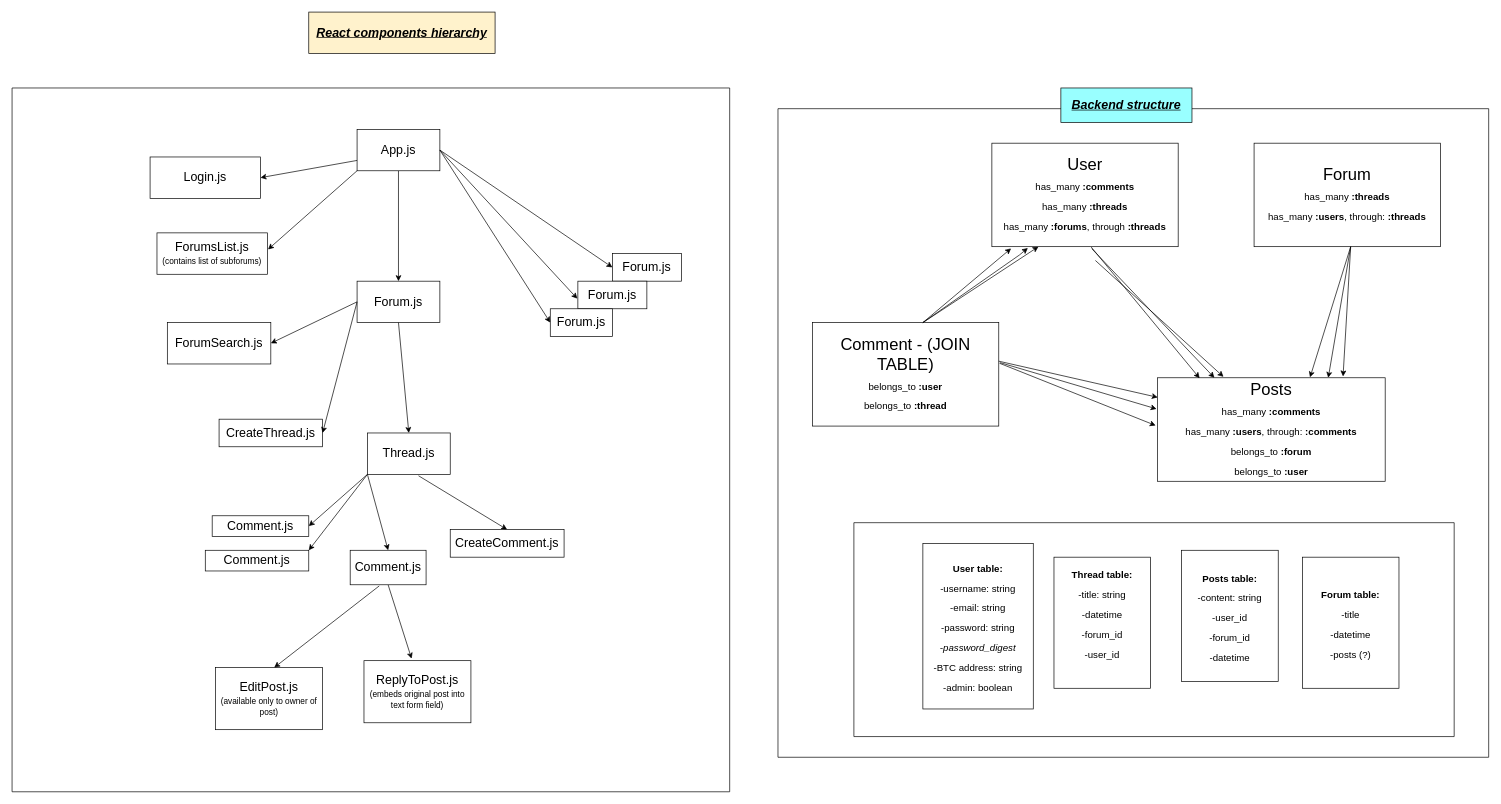
This is flowcharts.drawio from babux1/CryptoDev, a draw.io file, before an edit. Source tidied: cells renumbered, new cells numbered last; positions are measured from the earlier drawing's top-left corner, leaving out a move shared by most shapes. Both pictures are drawn from the tidied source at 69%, with x=0, y=0 at pixel (12, 12).
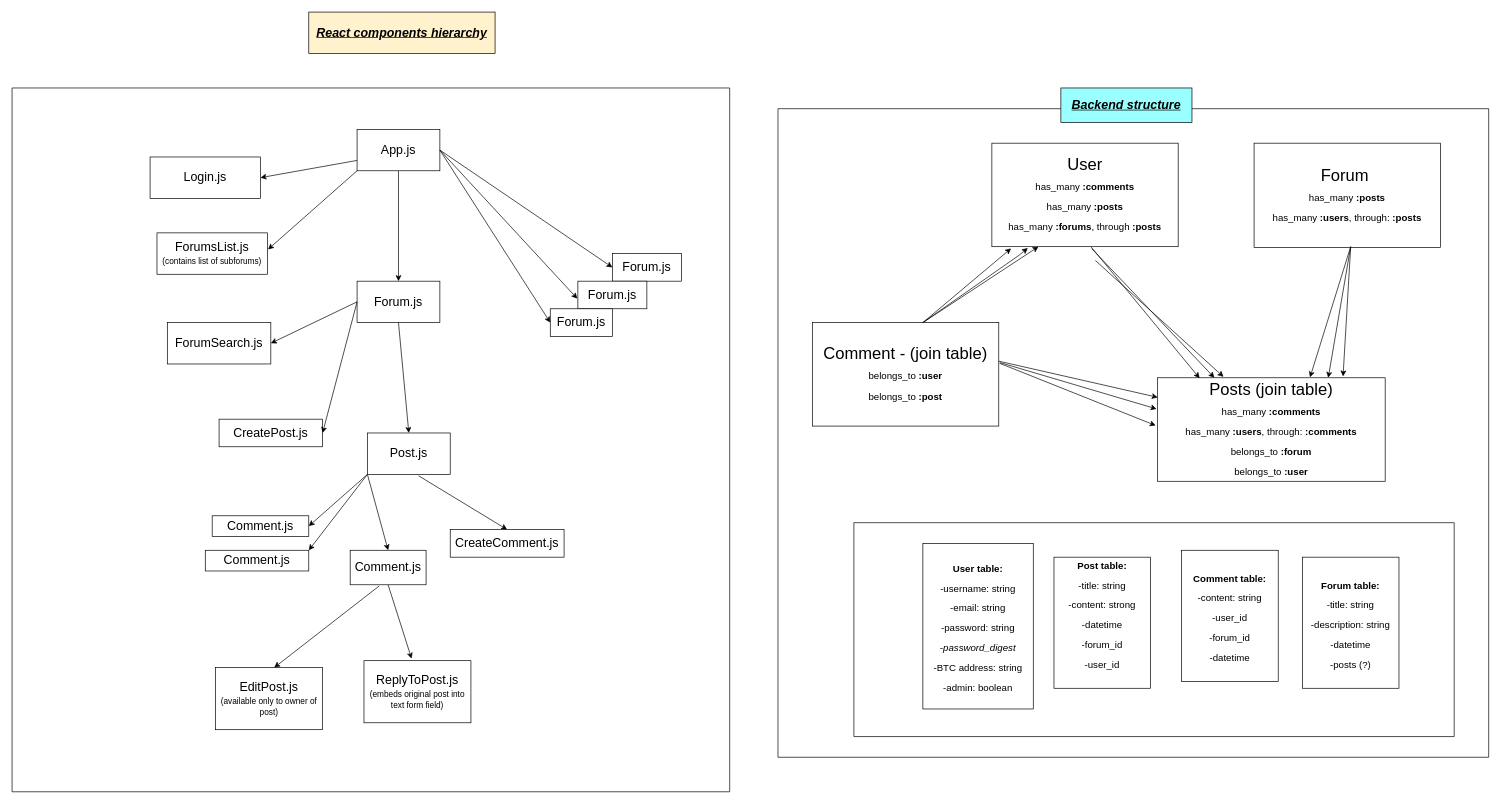
The same page after the edit.

The change refers to these unchanged cells:
```xml
<mxCell id="19" style="swimlane;startSize=0;fontSize=14;" parent="1" vertex="1">
  <mxGeometry x="1110" y="140" width="1030" height="940" as="geometry" />
</mxCell>
```

Change to the diagram source:
```diff
@@
-    <mxCell id="2" value="&lt;font&gt;Posts&lt;br style=&quot;font-size: 12px&quot;&gt;&lt;span style=&quot;font-size: 14px&quot;&gt;has_many&amp;nbsp;&lt;/span&gt;&lt;b style=&quot;font-size: 14px&quot;&gt;:comments&lt;br&gt;&lt;/b&gt;&lt;span style=&quot;font-size: 14px&quot;&gt;has_many&amp;nbsp;&lt;/span&gt;&lt;b style=&quot;font-size: 14px&quot;&gt;:users&lt;/b&gt;&lt;span style=&quot;font-size: 14px&quot;&gt;, through:&amp;nbsp;&lt;b&gt;:comments&lt;br&gt;&lt;/b&gt;&lt;/span&gt;&lt;span style=&quot;font-size: 14px&quot;&gt;belongs_to&amp;nbsp;&lt;b&gt;:forum&lt;br&gt;&lt;/b&gt;belongs_to&amp;nbsp;&lt;b&gt;:user&lt;/b&gt;&lt;/span&gt;&lt;/font&gt;&lt;font style=&quot;font-size: 14px&quot;&gt;&lt;b&gt;&lt;br&gt;&lt;/b&gt;&lt;/font&gt;" style="rounded=0;whiteSpace=wrap;html=1;fontSize=24;align=center;" parent="1" vertex="1">
+    <mxCell id="2" value="&lt;font&gt;Posts (join table)&lt;br style=&quot;font-size: 12px&quot;&gt;&lt;span style=&quot;font-size: 14px&quot;&gt;has_many&amp;nbsp;&lt;/span&gt;&lt;b style=&quot;font-size: 14px&quot;&gt;:comments&lt;br&gt;&lt;/b&gt;&lt;span style=&quot;font-size: 14px&quot;&gt;has_many&amp;nbsp;&lt;/span&gt;&lt;b style=&quot;font-size: 14px&quot;&gt;:users&lt;/b&gt;&lt;span style=&quot;font-size: 14px&quot;&gt;, through:&amp;nbsp;&lt;b&gt;:comments&lt;br&gt;&lt;/b&gt;&lt;/span&gt;&lt;span style=&quot;font-size: 14px&quot;&gt;belongs_to&amp;nbsp;&lt;b&gt;:forum&lt;br&gt;&lt;/b&gt;belongs_to&amp;nbsp;&lt;b&gt;:user&lt;/b&gt;&lt;/span&gt;&lt;/font&gt;&lt;font style=&quot;font-size: 14px&quot;&gt;&lt;b&gt;&lt;br&gt;&lt;/b&gt;&lt;/font&gt;" style="rounded=0;whiteSpace=wrap;html=1;fontSize=24;align=center;" parent="1" vertex="1">
       <mxGeometry x="1660" y="530" width="330" height="150" as="geometry" />
     </mxCell>
-    <mxCell id="3" value="&lt;font&gt;Forum&lt;/font&gt;&lt;br style=&quot;font-size: 12px&quot;&gt;&lt;span style=&quot;font-size: 14px&quot;&gt;has_many&amp;nbsp;&lt;/span&gt;&lt;b style=&quot;font-size: 14px&quot;&gt;:threads&lt;br&gt;&lt;/b&gt;&lt;span style=&quot;font-size: 14px&quot;&gt;has_many&amp;nbsp;&lt;/span&gt;&lt;b style=&quot;font-size: 14px&quot;&gt;:users&lt;/b&gt;&lt;span style=&quot;font-size: 14px&quot;&gt;, through: &lt;b&gt;:threads&lt;/b&gt;&lt;/span&gt;&lt;span style=&quot;font-size: 14px&quot;&gt;&lt;br&gt;&lt;/span&gt;" style="rounded=0;whiteSpace=wrap;html=1;fontSize=24;align=center;" parent="1" vertex="1">
-      <mxGeometry x="1800" y="190" width="270" height="150" as="geometry" />
+    <mxCell id="3" value="&lt;font&gt;Forum&amp;nbsp;&lt;/font&gt;&lt;br style=&quot;font-size: 12px&quot;&gt;&lt;span style=&quot;font-size: 14px&quot;&gt;has_many&amp;nbsp;&lt;/span&gt;&lt;b style=&quot;font-size: 14px&quot;&gt;:posts&lt;br&gt;&lt;/b&gt;&lt;span style=&quot;font-size: 14px&quot;&gt;has_many&amp;nbsp;&lt;/span&gt;&lt;b style=&quot;font-size: 14px&quot;&gt;:users&lt;/b&gt;&lt;span style=&quot;font-size: 14px&quot;&gt;, through: &lt;b&gt;:posts&lt;/b&gt;&lt;/span&gt;&lt;span style=&quot;font-size: 14px&quot;&gt;&lt;br&gt;&lt;/span&gt;" style="rounded=0;whiteSpace=wrap;html=1;fontSize=24;align=center;" parent="1" vertex="1">
+      <mxGeometry x="1800" y="190" width="270" height="151" as="geometry" />
     </mxCell>
@@
-    <mxCell id="11" value="Comment - (JOIN TABLE)&lt;br style=&quot;font-size: 12px&quot;&gt;&lt;font style=&quot;font-size: 14px&quot;&gt;belongs_to&amp;nbsp;&lt;b&gt;:user&lt;br&gt;&lt;/b&gt;belongs_to&amp;nbsp;&lt;b&gt;:thread&lt;/b&gt;&lt;/font&gt;&lt;span style=&quot;font-size: 14px&quot;&gt;&lt;br&gt;&lt;/span&gt;" style="rounded=0;whiteSpace=wrap;html=1;fontSize=24;align=center;" parent="1" vertex="1">
+    <mxCell id="11" value="Comment - (join table)&lt;br style=&quot;font-size: 12px&quot;&gt;&lt;font style=&quot;font-size: 14px&quot;&gt;belongs_to&amp;nbsp;&lt;b&gt;:user&lt;br&gt;&lt;/b&gt;belongs_to&amp;nbsp;&lt;b&gt;:post&lt;/b&gt;&lt;/font&gt;&lt;span style=&quot;font-size: 14px&quot;&gt;&lt;br&gt;&lt;/span&gt;" style="rounded=0;whiteSpace=wrap;html=1;fontSize=24;align=center;" parent="1" vertex="1">
       <mxGeometry x="1160" y="450" width="270" height="150" as="geometry" />
     </mxCell>
@@
-    <mxCell id="20" value="&lt;font style=&quot;font-size: 14px&quot;&gt;&lt;font&gt;&lt;b&gt;Thread table:&lt;br&gt;&lt;/b&gt;&lt;/font&gt;-title: string&lt;br&gt;-datetime&lt;br&gt;-forum_id&lt;br&gt;-user_id&lt;br&gt;&lt;br&gt;&lt;/font&gt;" style="rounded=0;whiteSpace=wrap;html=1;fontSize=24;" parent="19" vertex="1">
+    <mxCell id="20" value="&lt;font style=&quot;font-size: 14px&quot;&gt;&lt;font&gt;&lt;b&gt;Post table:&lt;br&gt;&lt;/b&gt;&lt;/font&gt;-title: string&lt;br&gt;-content: strong&lt;br&gt;-datetime&lt;br&gt;-forum_id&lt;br&gt;-user_id&lt;br&gt;&lt;br&gt;&lt;/font&gt;" style="rounded=0;whiteSpace=wrap;html=1;fontSize=24;" parent="19" vertex="1">
       <mxGeometry x="400" y="650" width="140" height="190" as="geometry" />
     </mxCell>
-    <mxCell id="21" value="&lt;font style=&quot;font-size: 14px&quot;&gt;&lt;font&gt;&lt;b&gt;Forum table:&lt;br&gt;&lt;/b&gt;&lt;/font&gt;-title&lt;br&gt;-datetime&lt;br&gt;-posts (?)&lt;br&gt;&lt;/font&gt;" style="rounded=0;whiteSpace=wrap;html=1;fontSize=24;" parent="19" vertex="1">
+    <mxCell id="21" value="&lt;font style=&quot;font-size: 14px&quot;&gt;&lt;font&gt;&lt;b&gt;Forum table:&lt;br&gt;&lt;/b&gt;&lt;/font&gt;-title: string&lt;br&gt;-description: string&lt;br&gt;-datetime&lt;br&gt;-posts (?)&lt;br&gt;&lt;/font&gt;" style="rounded=0;whiteSpace=wrap;html=1;fontSize=24;" parent="19" vertex="1">
       <mxGeometry x="760" y="650" width="140" height="190" as="geometry" />
     </mxCell>
-    <mxCell id="22" value="&lt;font style=&quot;font-size: 14px&quot;&gt;&lt;font&gt;&lt;b&gt;Posts table:&lt;br&gt;&lt;/b&gt;&lt;/font&gt;-content: string&lt;br&gt;-user_id&lt;br&gt;-forum_id&lt;br&gt;-datetime&lt;br&gt;&lt;/font&gt;" style="rounded=0;whiteSpace=wrap;html=1;fontSize=24;" parent="19" vertex="1">
+    <mxCell id="22" value="&lt;font style=&quot;font-size: 14px&quot;&gt;&lt;font&gt;&lt;b&gt;Comment table:&lt;br&gt;&lt;/b&gt;&lt;/font&gt;-content: string&lt;br&gt;-user_id&lt;br&gt;-forum_id&lt;br&gt;-datetime&lt;br&gt;&lt;/font&gt;" style="rounded=0;whiteSpace=wrap;html=1;fontSize=24;" parent="19" vertex="1">
       <mxGeometry x="585" y="640" width="140" height="190" as="geometry" />
     </mxCell>
-    <mxCell id="23" value="&lt;font&gt;User&lt;/font&gt;&lt;br style=&quot;font-size: 12px&quot;&gt;&lt;font style=&quot;font-size: 14px&quot;&gt;has_many&amp;nbsp;&lt;b&gt;:comments&lt;/b&gt;&lt;br&gt;has_many &lt;b&gt;:threads&lt;br&gt;&lt;/b&gt;has_many&amp;nbsp;&lt;b&gt;:forums&lt;/b&gt;, through &lt;b&gt;:threads&lt;/b&gt;&lt;b&gt;&lt;br&gt;&lt;/b&gt;&lt;/font&gt;" style="rounded=0;whiteSpace=wrap;html=1;fontSize=24;align=center;" parent="19" vertex="1">
+    <mxCell id="23" value="&lt;font&gt;User&lt;/font&gt;&lt;br style=&quot;font-size: 12px&quot;&gt;&lt;font style=&quot;font-size: 14px&quot;&gt;has_many&amp;nbsp;&lt;b&gt;:comments&lt;/b&gt;&lt;br&gt;has_many &lt;b&gt;:posts&lt;br&gt;&lt;/b&gt;has_many&amp;nbsp;&lt;b&gt;:forums&lt;/b&gt;, through &lt;b&gt;:posts&lt;/b&gt;&lt;b&gt;&lt;br&gt;&lt;/b&gt;&lt;/font&gt;" style="rounded=0;whiteSpace=wrap;html=1;fontSize=24;align=center;" parent="19" vertex="1">
       <mxGeometry x="310" y="50" width="270" height="150" as="geometry" />
     </mxCell>
@@
-    <mxCell id="27" value="&lt;font style=&quot;font-size: 18px&quot;&gt;Thread.js&lt;/font&gt;" style="rounded=0;whiteSpace=wrap;html=1;fontSize=14;" parent="1" vertex="1">
+    <mxCell id="27" value="&lt;font style=&quot;font-size: 18px&quot;&gt;Post.js&lt;/font&gt;" style="rounded=0;whiteSpace=wrap;html=1;fontSize=14;" parent="1" vertex="1">
       <mxGeometry x="515" y="610" width="120" height="60" as="geometry" />
     </mxCell>
@@
-    <mxCell id="33" value="&lt;font style=&quot;font-size: 18px&quot;&gt;CreateThread.js&lt;br&gt;&lt;/font&gt;" style="rounded=0;whiteSpace=wrap;html=1;fontSize=14;" parent="1" vertex="1">
+    <mxCell id="33" value="&lt;font style=&quot;font-size: 18px&quot;&gt;CreatePost.js&lt;br&gt;&lt;/font&gt;" style="rounded=0;whiteSpace=wrap;html=1;fontSize=14;" parent="1" vertex="1">
       <mxGeometry x="300" y="590" width="150" height="40" as="geometry" />
     </mxCell>
```
